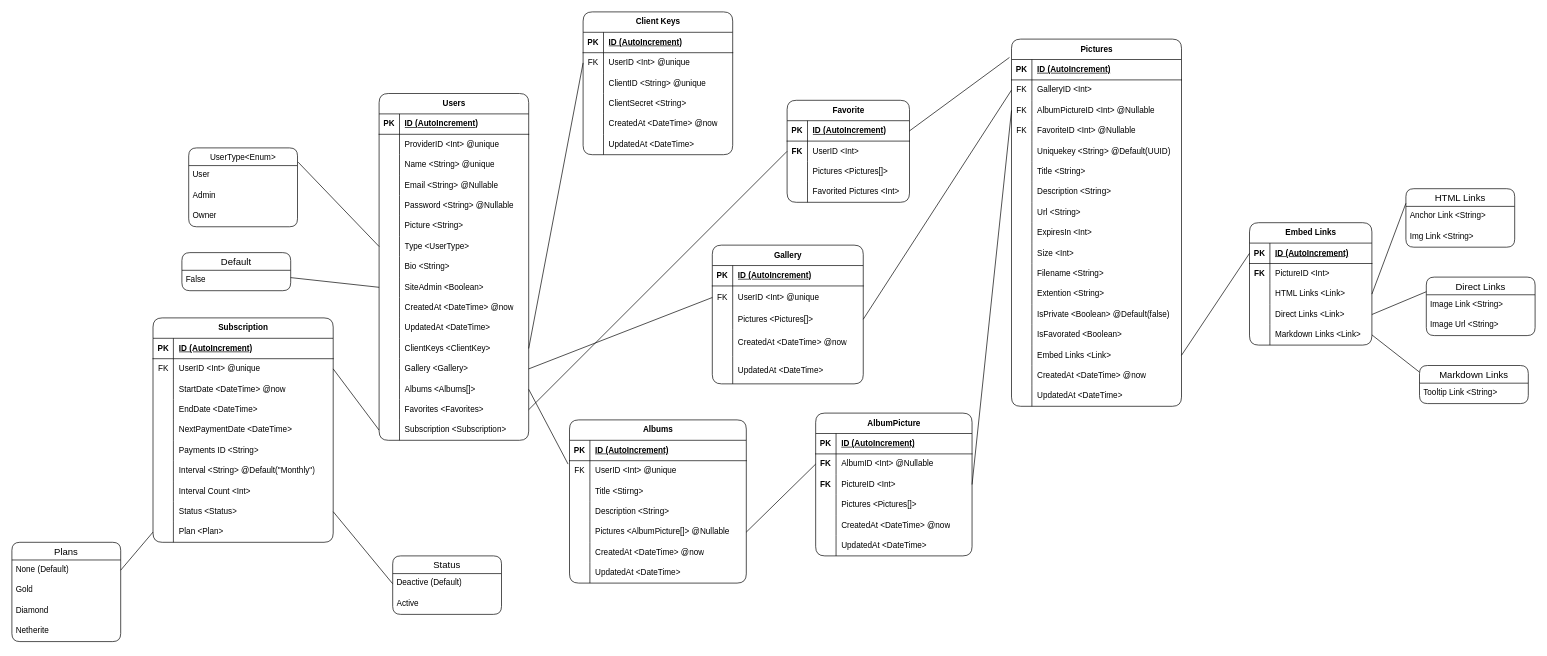
Before: project/models/Pixelarium.drawio in Novanaa/Pixelarium, a draw.io diagram. Source tidied: cells renumbered, new cells numbered last; positions are measured from the earlier drawing's top-left corner, leaving out a move shared by most shapes. Both pictures are drawn from the tidied source at 68%, with x=0, y=0 at pixel (12, 12).
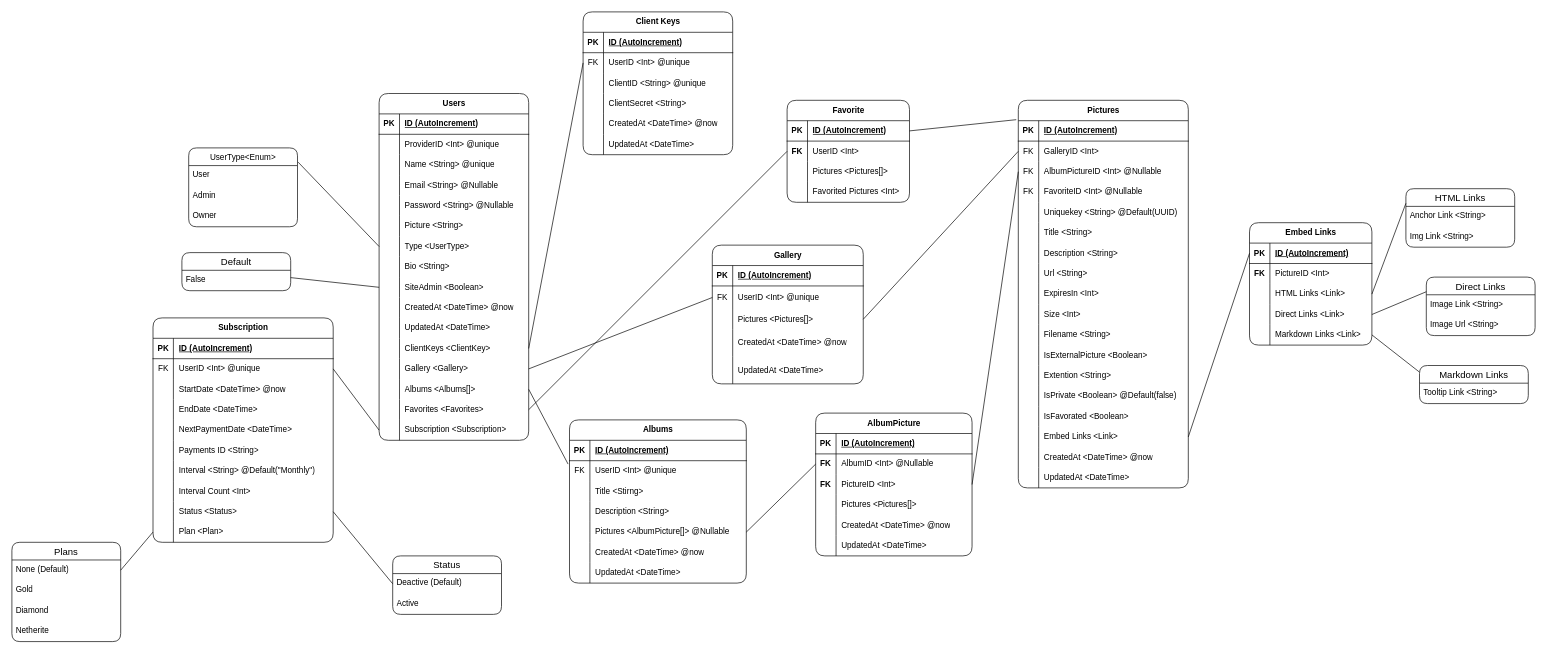
After the change.

Commit message (it also covers changes not shown here):
Added is_external_picture field to picture model schema

Diff of the diagram source:
```diff
@@
     <mxCell id="96" value="Pictures" style="shape=table;startSize=30;childLayout=tableLayout;rowLines=0;fontStyle=1;align=center;html=1;rounded=1;" parent="1" vertex="1">
-      <mxGeometry x="1470" y="40" width="250" height="540" as="geometry" />
+      <mxGeometry x="1480" y="130" width="250" height="570" as="geometry" />
     </mxCell>
@@
+    <mxCell id="278" style="shape=tableRow;horizontal=0;startSize=0;swimlaneHead=0;swimlaneBody=0;fillColor=none;top=0;left=0;right=0;bottom=0;" parent="96" vertex="1">
+      <mxGeometry y="360" width="250" height="30" as="geometry" />
+    </mxCell>
+    <mxCell id="279" style="shape=partialRectangle;fillColor=none;top=0;left=0;bottom=0;right=0;overflow=hidden;whiteSpace=wrap;html=1;" parent="278" vertex="1">
+      <mxGeometry width="30" height="30" as="geometry" />
+    </mxCell>
+    <mxCell id="280" value="IsExternalPicture &amp;lt;Boolean&amp;gt;" style="shape=partialRectangle;fillColor=none;top=0;left=0;bottom=0;right=0;align=left;spacingLeft=6;overflow=hidden;whiteSpace=wrap;html=1;" parent="278" vertex="1">
+      <mxGeometry x="30" width="220" height="30" as="geometry" />
+    </mxCell>
     <mxCell id="130" style="shape=tableRow;horizontal=0;startSize=0;swimlaneHead=0;swimlaneBody=0;fillColor=none;top=0;left=0;right=0;bottom=0;" parent="96" vertex="1">
-      <mxGeometry y="360" width="250" height="30" as="geometry" />
+      <mxGeometry y="390" width="250" height="30" as="geometry" />
     </mxCell>
@@
     <mxCell id="133" style="shape=tableRow;horizontal=0;startSize=0;swimlaneHead=0;swimlaneBody=0;fillColor=none;top=0;left=0;right=0;bottom=0;" parent="96" vertex="1">
-      <mxGeometry y="390" width="250" height="30" as="geometry" />
+      <mxGeometry y="420" width="250" height="30" as="geometry" />
     </mxCell>
@@
     <mxCell id="136" style="shape=tableRow;horizontal=0;startSize=0;swimlaneHead=0;swimlaneBody=0;fillColor=none;top=0;left=0;right=0;bottom=0;" parent="96" vertex="1">
-      <mxGeometry y="420" width="250" height="30" as="geometry" />
+      <mxGeometry y="450" width="250" height="30" as="geometry" />
     </mxCell>
@@
     <mxCell id="139" style="shape=tableRow;horizontal=0;startSize=0;swimlaneHead=0;swimlaneBody=0;fillColor=none;points=[[0,0.5],[1,0.5]];portConstraint=eastwest;top=0;left=0;right=0;bottom=0;" parent="96" vertex="1">
-      <mxGeometry y="450" width="250" height="30" as="geometry" />
+      <mxGeometry y="480" width="250" height="30" as="geometry" />
     </mxCell>
@@
     <mxCell id="142" style="shape=tableRow;horizontal=0;startSize=0;swimlaneHead=0;swimlaneBody=0;fillColor=none;top=0;left=0;right=0;bottom=0;" parent="96" vertex="1">
-      <mxGeometry y="480" width="250" height="30" as="geometry" />
+      <mxGeometry y="510" width="250" height="30" as="geometry" />
     </mxCell>
@@
     <mxCell id="145" style="shape=tableRow;horizontal=0;startSize=0;swimlaneHead=0;swimlaneBody=0;fillColor=none;top=0;left=0;right=0;bottom=0;" parent="96" vertex="1">
-      <mxGeometry y="510" width="250" height="30" as="geometry" />
+      <mxGeometry y="540" width="250" height="30" as="geometry" />
     </mxCell>
```
